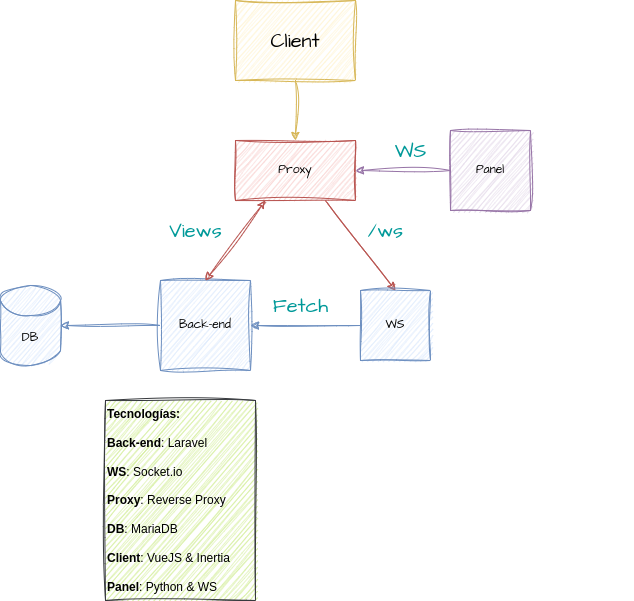
Mikegdro/SolarPanelApp keeps this draw.io diagram as Estructura.png. Above is the earlier version. Source tidied: cells renumbered, new cells last; positions are measured from the earlier drawing's top-left corner, leaving out a move shared by most shapes.
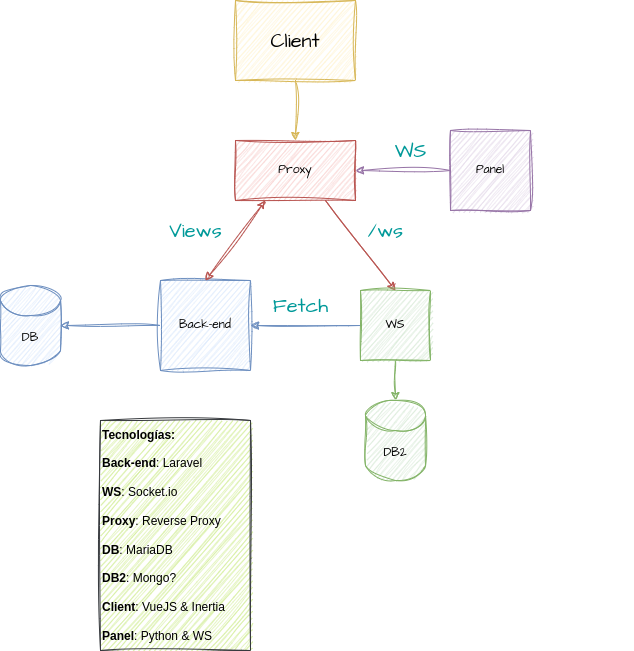
After the commit.

What changed in the source:
```diff
@@ -36,10 +36,13 @@
     <mxCell id="11" style="text;html=1;align=center;verticalAlign=middle;labelBackgroundColor=none;fontColor=#5AA9E6;sketch=1;curveFitting=1;jiggle=2;" parent="1" vertex="1">
       <mxGeometry x="583" y="468" width="50" height="30" as="geometry" />
     </mxCell>
-    <mxCell id="12" value="&lt;b&gt;Tecnologías:&lt;br&gt;&lt;br&gt;Back-end&lt;/b&gt;: Laravel&lt;br&gt;&lt;br&gt;&lt;b&gt;WS&lt;/b&gt;: Socket.io&lt;br&gt;&lt;br&gt;&lt;b&gt;Proxy&lt;/b&gt;: Reverse Proxy&lt;br&gt;&lt;br&gt;&lt;b&gt;DB&lt;/b&gt;: MariaDB&lt;br&gt;&lt;br&gt;&lt;b&gt;Client&lt;/b&gt;: VueJS &amp;amp; Inertia&lt;br&gt;&lt;br&gt;&lt;b&gt;Panel&lt;/b&gt;: Python &amp;amp; WS" style="text;html=1;align=left;verticalAlign=middle;labelBackgroundColor=none;sketch=1;curveFitting=1;jiggle=2;fillColor=#cdeb8b;strokeColor=#36393d;" parent="1" vertex="1">
-      <mxGeometry x="105" y="400" width="150" height="200" as="geometry" />
+    <mxCell id="12" value="&lt;b&gt;Tecnologías:&lt;br&gt;&lt;br&gt;Back-end&lt;/b&gt;: Laravel&lt;br&gt;&lt;br&gt;&lt;b&gt;WS&lt;/b&gt;: Socket.io&lt;br&gt;&lt;br&gt;&lt;b&gt;Proxy&lt;/b&gt;: Reverse Proxy&lt;br&gt;&lt;br&gt;&lt;b&gt;DB&lt;/b&gt;: MariaDB&lt;br&gt;&lt;br&gt;&lt;b&gt;DB2&lt;/b&gt;: Mongo?&lt;br&gt;&lt;br&gt;&lt;b&gt;Client&lt;/b&gt;: VueJS &amp;amp; Inertia&lt;br&gt;&lt;br&gt;&lt;b&gt;Panel&lt;/b&gt;: Python &amp;amp; WS" style="text;html=1;align=left;verticalAlign=middle;labelBackgroundColor=none;sketch=1;curveFitting=1;jiggle=2;fillColor=#cdeb8b;strokeColor=#36393d;" parent="1" vertex="1">
+      <mxGeometry x="100" y="420" width="150" height="230" as="geometry" />
     </mxCell>
+    <mxCell id="20" style="edgeStyle=orthogonalEdgeStyle;rounded=0;sketch=1;hachureGap=4;jiggle=2;curveFitting=1;jettySize=auto;html=1;exitX=0.5;exitY=1;exitDx=0;exitDy=0;entryX=0.5;entryY=0;entryDx=0;entryDy=0;entryPerimeter=0;fontFamily=Architects Daughter;fontSource=https%3A%2F%2Ffonts.googleapis.com%2Fcss%3Ffamily%3DArchitects%2BDaughter;fontSize=16;fillColor=#d5e8d4;strokeColor=#82b366;" parent="1" edge="1" source="13" target="21">
+      <mxGeometry relative="1" as="geometry" />
+    </mxCell>
-    <mxCell id="13" value="WS" style="whiteSpace=wrap;html=1;labelBackgroundColor=none;fillColor=#dae8fc;strokeColor=#6c8ebf;sketch=1;curveFitting=1;jiggle=2;fontFamily=Architects Daughter;fontSource=https%3A%2F%2Ffonts.googleapis.com%2Fcss%3Ffamily%3DArchitects%2BDaughter;" parent="1" vertex="1">
+    <mxCell id="13" value="WS" style="whiteSpace=wrap;html=1;labelBackgroundColor=none;fillColor=#d5e8d4;strokeColor=#82b366;sketch=1;curveFitting=1;jiggle=2;fontFamily=Architects Daughter;fontSource=https%3A%2F%2Ffonts.googleapis.com%2Fcss%3Ffamily%3DArchitects%2BDaughter;" parent="1" vertex="1">
       <mxGeometry x="360" y="290" width="70" height="70" as="geometry" />
     </mxCell>
     <mxCell id="14" style="edgeStyle=none;rounded=0;sketch=1;hachureGap=4;jiggle=2;curveFitting=1;jettySize=auto;html=1;exitX=0.5;exitY=1;exitDx=0;exitDy=0;entryX=0.5;entryY=0;entryDx=0;entryDy=0;fontFamily=Architects Daughter;fontSource=https%3A%2F%2Ffonts.googleapis.com%2Fcss%3Ffamily%3DArchitects%2BDaughter;fontSize=16;fontColor=#2BF1FF;fillColor=#fff2cc;strokeColor=#d6b656;" parent="1" edge="1" source="15" target="9">
@@ -60,5 +63,8 @@
     <mxCell id="19" value="Views" style="text;html=1;align=center;verticalAlign=middle;strokeColor=none;fillColor=none;fontSize=20;fontFamily=Architects Daughter;fontColor=#009999;" parent="1" vertex="1">
       <mxGeometry x="155" y="210" width="80" height="40" as="geometry" />
     </mxCell>
+    <mxCell id="21" value="DB2" style="shape=cylinder3;whiteSpace=wrap;html=1;boundedLbl=1;backgroundOutline=1;size=15;labelBackgroundColor=none;fillColor=#d5e8d4;strokeColor=#82b366;sketch=1;curveFitting=1;jiggle=2;fontFamily=Architects Daughter;fontSource=https%3A%2F%2Ffonts.googleapis.com%2Fcss%3Ffamily%3DArchitects%2BDaughter;" parent="1" vertex="1">
+      <mxGeometry x="365" y="400" width="60" height="80" as="geometry" />
+    </mxCell>
   </root>
 </mxGraphModel>
```
